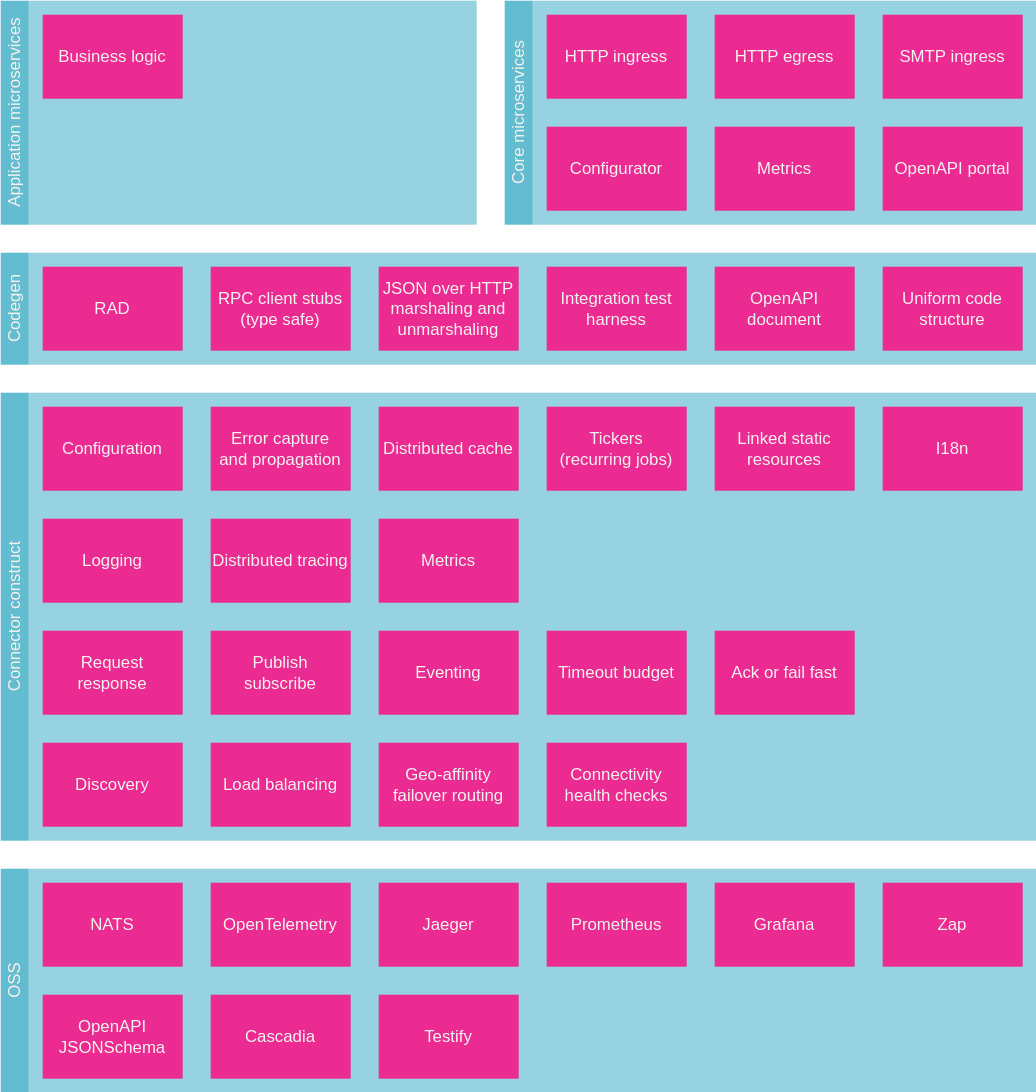
The draw.io diagram docs/blocks/layers-1.drawio.svg in microbus-io/fabric, before a commit. Source tidied: cells renumbered, new cells last; positions are measured from the earlier drawing's top-left corner, leaving out a move shared by most shapes.
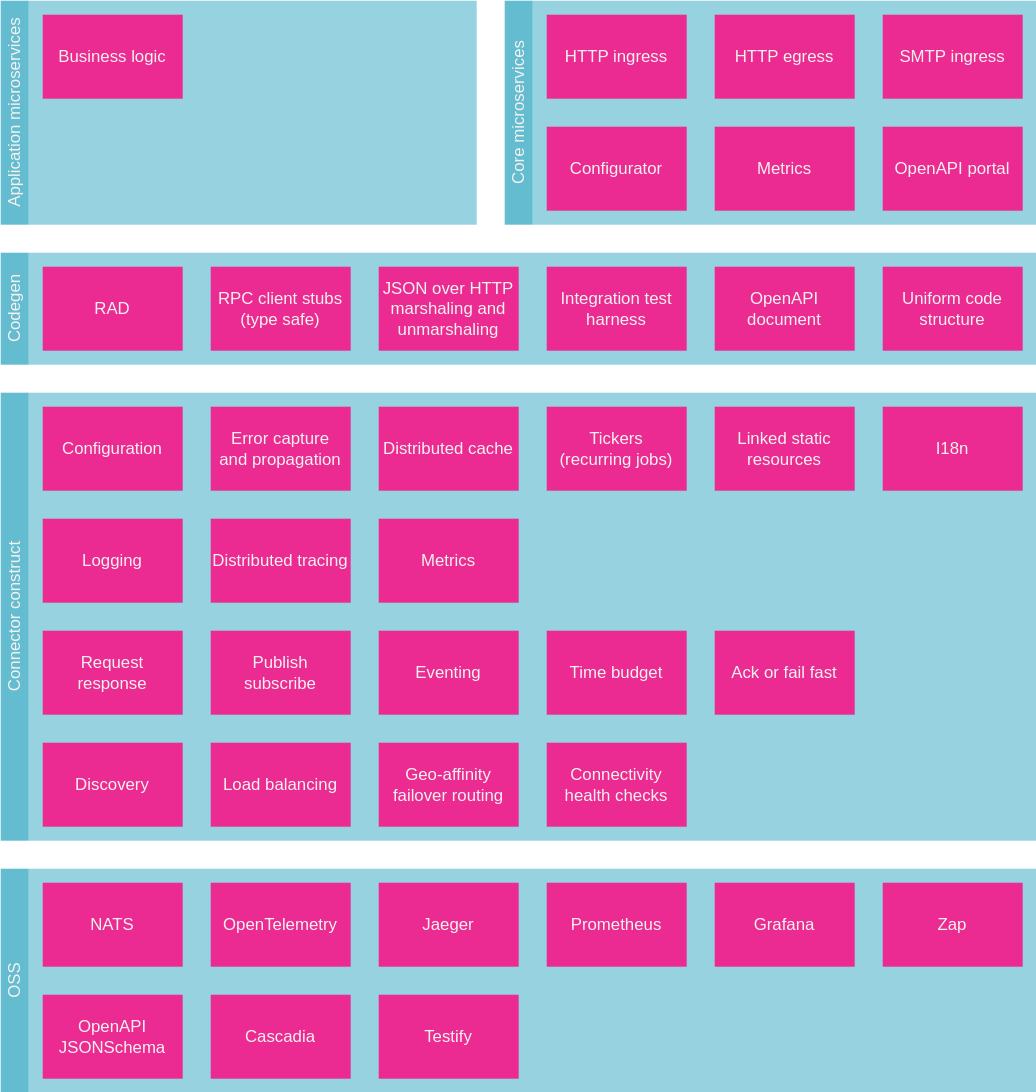
After the change.

The edit, as a diff of the source:
```diff
@@ -74,7 +74,7 @@
     <mxCell id="25" value="Publish&lt;br&gt;subscribe" style="rounded=0;whiteSpace=wrap;html=1;fillColor=#eb2b91;strokeColor=none;fontColor=#F4F2EF;align=center;verticalAlign=middle;fontFamily=Helvetica;fontSize=12;" parent="1" vertex="1">
       <mxGeometry x="150" y="450" width="100" height="60" as="geometry" />
     </mxCell>
-    <mxCell id="26" value="Timeout budget" style="rounded=0;whiteSpace=wrap;html=1;fillColor=#eb2b91;strokeColor=none;fontColor=#F4F2EF;align=center;verticalAlign=middle;fontFamily=Helvetica;fontSize=12;" parent="1" vertex="1">
+    <mxCell id="26" value="Time budget" style="rounded=0;whiteSpace=wrap;html=1;fillColor=#eb2b91;strokeColor=none;fontColor=#F4F2EF;align=center;verticalAlign=middle;fontFamily=Helvetica;fontSize=12;" parent="1" vertex="1">
       <mxGeometry x="390" y="450" width="100" height="60" as="geometry" />
     </mxCell>
     <mxCell id="27" value="Ack or fail fast" style="rounded=0;whiteSpace=wrap;html=1;fillColor=#eb2b91;strokeColor=none;fontColor=#F4F2EF;align=center;verticalAlign=middle;fontFamily=Helvetica;fontSize=12;" parent="1" vertex="1">
```
